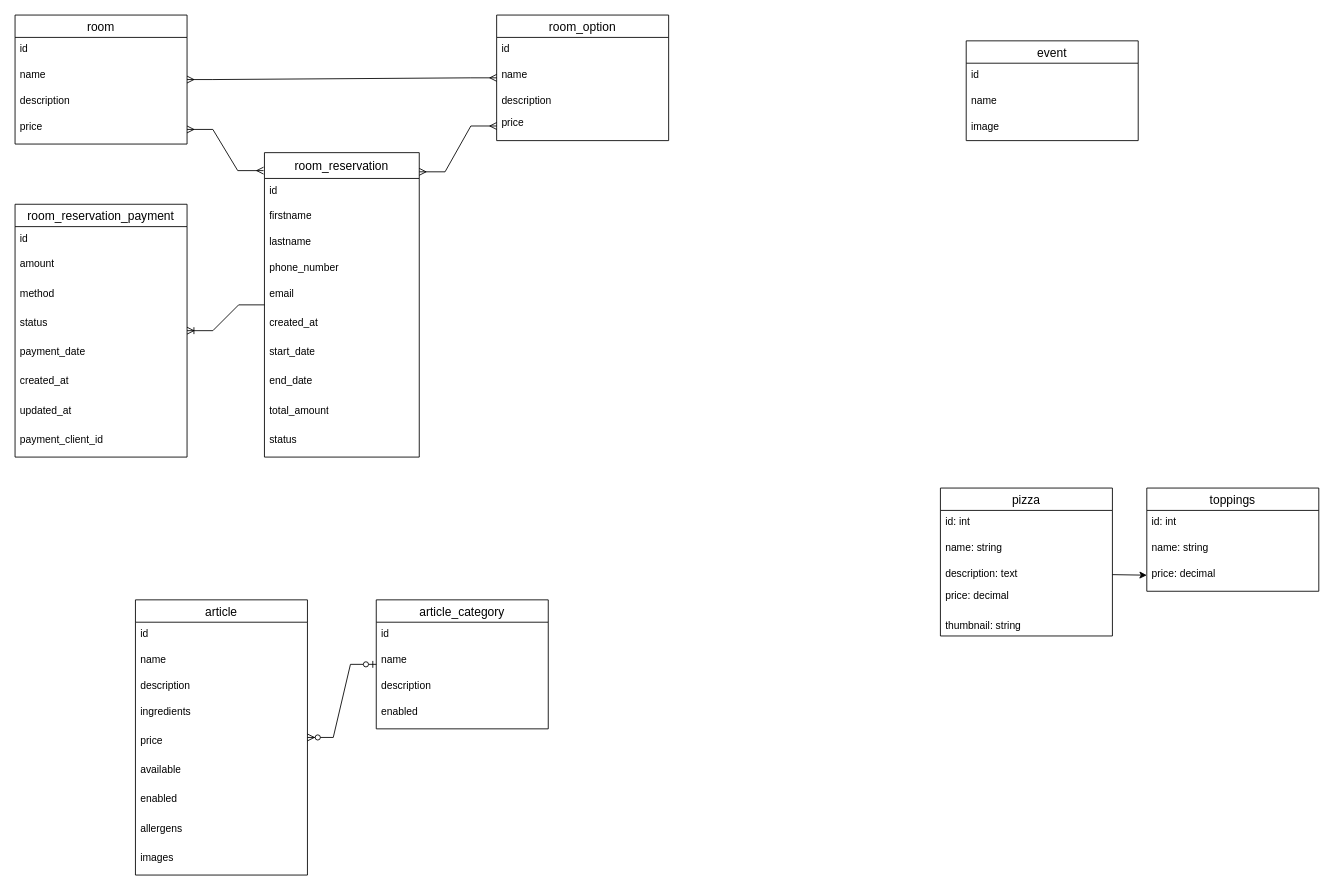
The draw.io diagram docs/UML/UML-LeReflex.drawio in Muryokukan/Le-Reflex, before the edit. Source tidied: cells renumbered, new cells numbered last; positions are measured from the earlier drawing's top-left corner, leaving out a move shared by most shapes. Both pictures are drawn from the tidied source at 86%, with x=0, y=0 at pixel (15, 15).
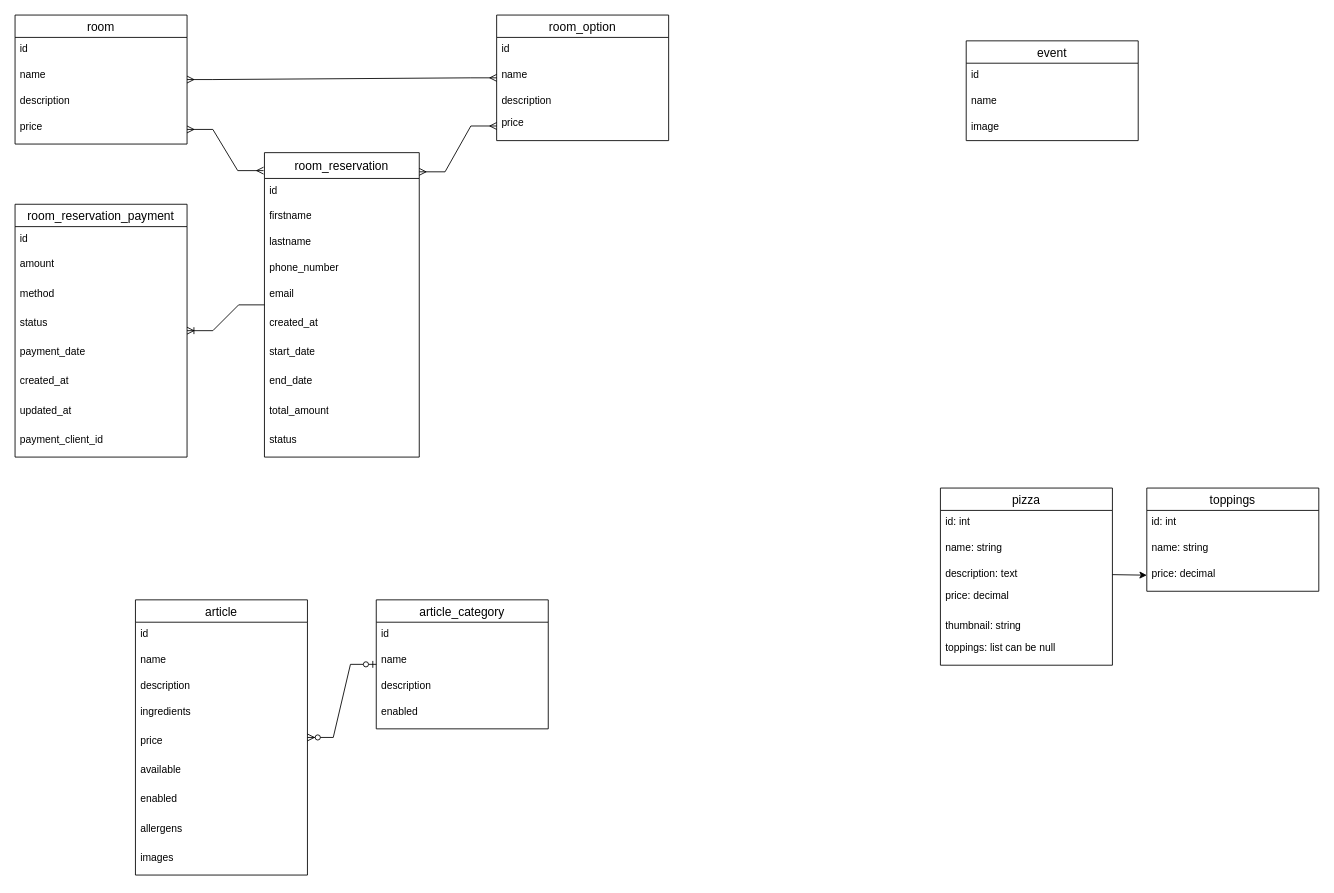
Above is the later version.

What changed in the source:
```diff
@@
     <mxCell id="56" value="pizza" style="swimlane;fontStyle=0;horizontal=1;startSize=26;align=center;fontSize=14;direction=east;" parent="1" vertex="1">
-      <mxGeometry x="1076" y="550" width="200" height="172" as="geometry" />
+      <mxGeometry x="1076" y="550" width="200" height="206" as="geometry" />
     </mxCell>
@@
+    <mxCell id="67" value="toppings: list can be null" style="text;strokeColor=none;fillColor=none;spacingLeft=4;spacingRight=4;overflow=hidden;fontSize=12;whiteSpace=wrap;html=1;" parent="56" vertex="1">
+      <mxGeometry y="172" width="200" height="34" as="geometry" />
+    </mxCell>
```
